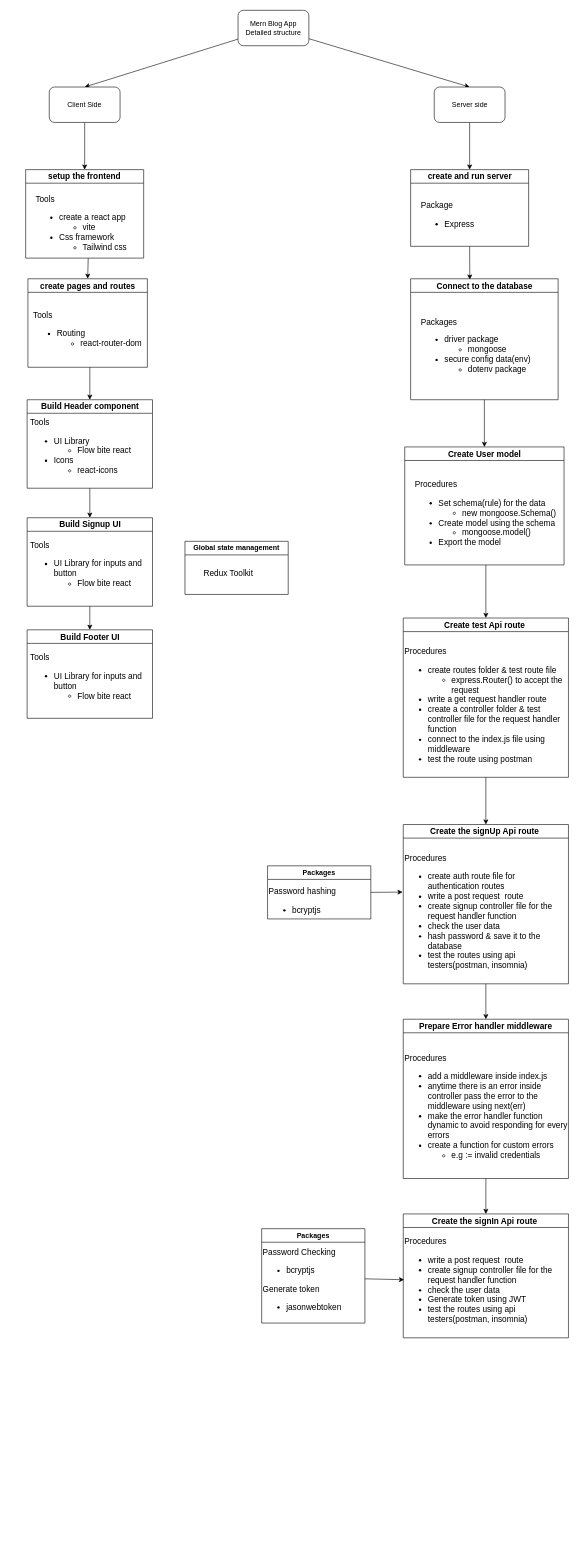
Tsegazeab-dev/Habesha-Blog keeps this draw.io diagram as structure.drawio. Above is the earlier version. Source tidied: cells renumbered, new cells numbered last; positions are measured from the earlier drawing's top-left corner, leaving out a move shared by most shapes. Both pictures are drawn from the tidied source at 59%, with x=0, y=0 at pixel (25, 10).
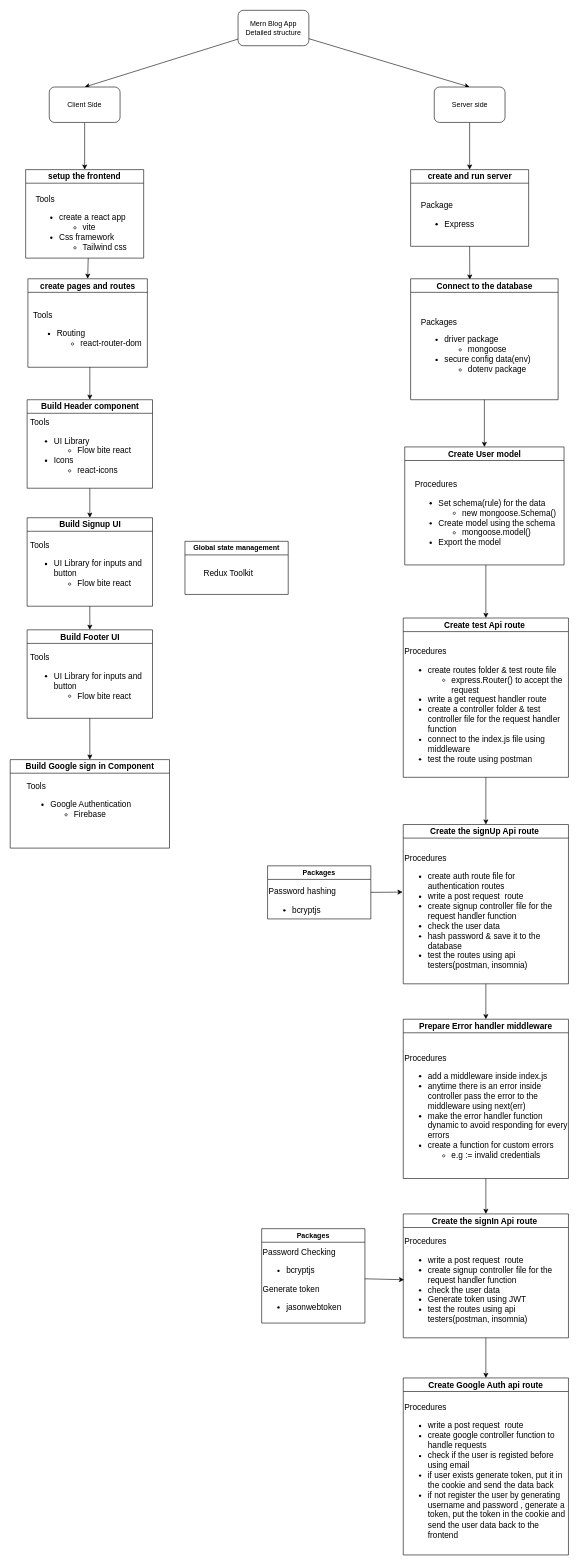
Above is the later version.

Commit message (it also covers changes not shown here):
Coditionaly render the user picture in header component

Unchanged cells that the change refers to:
```xml
<mxCell id="41" value="&lt;div style=&quot;&quot;&gt;Procedures&lt;/div&gt;&lt;div style=&quot;&quot;&gt;&lt;ul&gt;&lt;li&gt;write a post request&amp;nbsp; route&lt;/li&gt;&lt;li&gt;create signup controller file for the request handler function&lt;/li&gt;&lt;li&gt;check the user data&amp;nbsp;&lt;/li&gt;&lt;li&gt;Generate token using JWT&lt;/li&gt;&lt;li&gt;test the routes using api testers(postman, insomnia)&lt;/li&gt;&lt;/ul&gt;&lt;/div&gt;" style="text;html=1;strokeColor=none;fillColor=none;align=left;verticalAlign=middle;whiteSpace=wrap;rounded=0;fontSize=14;" parent="40" vertex="1">
  <mxGeometry y="30" width="280" height="180" as="geometry" />
</mxCell>
<mxCell id="48" value="&lt;div style=&quot;&quot;&gt;&lt;span style=&quot;background-color: initial;&quot;&gt;Tools&lt;/span&gt;&lt;/div&gt;&lt;div style=&quot;&quot;&gt;&lt;ul&gt;&lt;li&gt;UI Library for inputs and button&lt;/li&gt;&lt;ul&gt;&lt;li&gt;Flow bite react&lt;/li&gt;&lt;/ul&gt;&lt;/ul&gt;&lt;br&gt;&lt;/div&gt;&lt;div style=&quot;&quot;&gt;&lt;br&gt;&lt;/div&gt;" style="text;html=1;strokeColor=none;fillColor=none;align=left;verticalAlign=middle;whiteSpace=wrap;rounded=0;fontSize=14;" parent="47" vertex="1">
  <mxGeometry x="3.1" y="55" width="206.2" height="95" as="geometry" />
</mxCell>
```

What changed in the source:
```diff
@@
+    <mxCell id="52" value="Create Google Auth api route" style="swimlane;whiteSpace=wrap;html=1;fontSize=14;" parent="1" vertex="1">
+      <mxGeometry x="640" y="2318" width="280" height="300" as="geometry" />
+    </mxCell>
+    <mxCell id="53" value="&lt;div style=&quot;&quot;&gt;Procedures&lt;/div&gt;&lt;div style=&quot;&quot;&gt;&lt;ul&gt;&lt;li&gt;write a post request&amp;nbsp; route&lt;/li&gt;&lt;li&gt;create google controller function to handle requests&lt;/li&gt;&lt;li&gt;check if the user is registed before using email&amp;nbsp;&lt;/li&gt;&lt;li&gt;if user exists generate token, put it in the cookie and send the data back&lt;/li&gt;&lt;li&gt;if not register the user by generating username and password , generate a token, put the token in the cookie and send the user data back to the frontend&lt;/li&gt;&lt;/ul&gt;&lt;/div&gt;" style="text;html=1;strokeColor=none;fillColor=none;align=left;verticalAlign=middle;whiteSpace=wrap;rounded=0;fontSize=14;" parent="52" vertex="1">
+      <mxGeometry y="70" width="280" height="190" as="geometry" />
+    </mxCell>
+    <mxCell id="54" style="edgeStyle=none;html=1;exitX=0.5;exitY=1;exitDx=0;exitDy=0;entryX=0.5;entryY=0;entryDx=0;entryDy=0;" parent="1" edge="1" source="41" target="52">
+      <mxGeometry relative="1" as="geometry" />
+    </mxCell>
+    <mxCell id="55" value="Build Google sign in Component" style="swimlane;whiteSpace=wrap;html=1;fontSize=14;" parent="1" vertex="1">
+      <mxGeometry x="-26.2" y="1270" width="270" height="150" as="geometry" />
+    </mxCell>
+    <mxCell id="56" value="&lt;div style=&quot;&quot;&gt;&lt;span style=&quot;background-color: initial;&quot;&gt;Tools&lt;/span&gt;&lt;/div&gt;&lt;div style=&quot;&quot;&gt;&lt;ul&gt;&lt;li&gt;Google Authentication&lt;/li&gt;&lt;ul&gt;&lt;li&gt;Firebase&lt;/li&gt;&lt;/ul&gt;&lt;/ul&gt;&lt;br&gt;&lt;/div&gt;&lt;div style=&quot;&quot;&gt;&lt;br&gt;&lt;/div&gt;" style="text;html=1;strokeColor=none;fillColor=none;align=left;verticalAlign=middle;whiteSpace=wrap;rounded=0;fontSize=14;" parent="55" vertex="1">
+      <mxGeometry x="26.2" y="45" width="206.2" height="95" as="geometry" />
+    </mxCell>
+    <mxCell id="57" style="edgeStyle=none;html=1;exitX=0.5;exitY=1;exitDx=0;exitDy=0;entryX=0.5;entryY=0;entryDx=0;entryDy=0;" parent="1" edge="1" source="48" target="55">
+      <mxGeometry relative="1" as="geometry" />
+    </mxCell>
```
